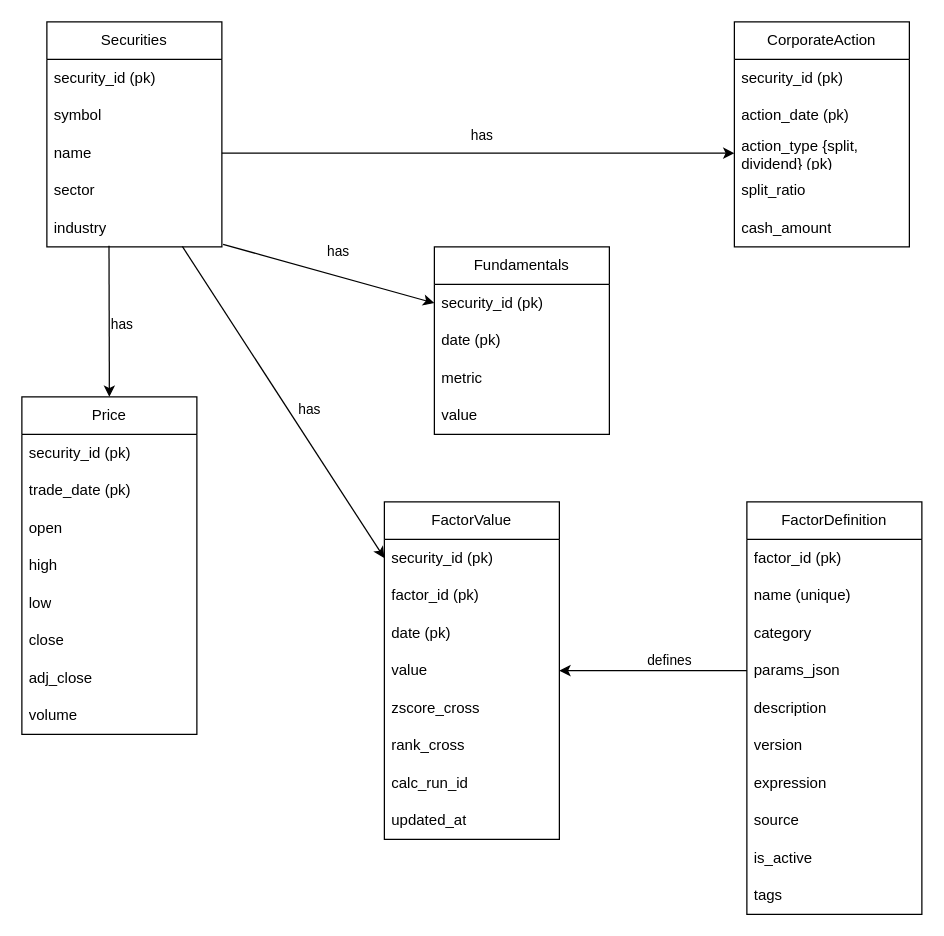
The draw.io diagram docs/ERD.drawio in cyang0227/ds5110, before the edit. Source tidied: cells renumbered, new cells numbered last; positions are measured from the earlier drawing's top-left corner, leaving out a move shared by most shapes. Both pictures are drawn from the tidied source at 125%, with x=0, y=0 at pixel (21, 21).
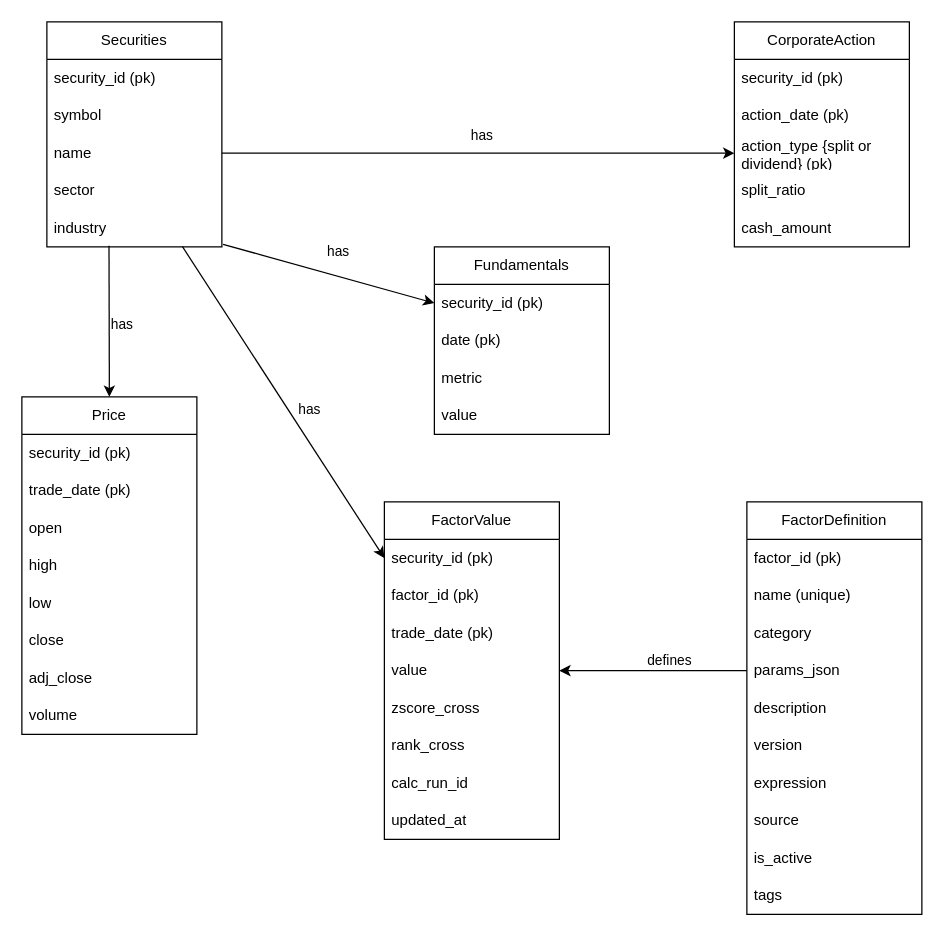
Above is the later version.

Commit message (it also covers changes not shown here):
minor change to schema, data partitioning, ERD

Unchanged cells that the change refers to:
```xml
<mxCell id="17" value="CorporateAction" style="swimlane;fontStyle=0;horizontal=1;startSize=30;whiteSpace=wrap;html=1;" parent="1" vertex="1">
  <mxGeometry x="570" width="140" height="180" as="geometry" />
</mxCell>
<mxCell id="45" value="FactorValue" style="swimlane;fontStyle=0;horizontal=1;startSize=30;whiteSpace=wrap;html=1;" parent="1" vertex="1">
  <mxGeometry x="290" y="384" width="140" height="270" as="geometry" />
</mxCell>
```

The edit, as a diff of the source:
```diff
@@
-    <mxCell id="20" value="action_type {split, dividend} (pk)" style="text;strokeColor=none;fillColor=none;align=left;verticalAlign=middle;spacingLeft=4;spacingRight=4;overflow=hidden;points=[[0,0.5],[1,0.5]];portConstraint=eastwest;whiteSpace=wrap;html=1;" parent="17" vertex="1">
+    <mxCell id="20" value="action_type {split or dividend} (pk)" style="text;strokeColor=none;fillColor=none;align=left;verticalAlign=middle;spacingLeft=4;spacingRight=4;overflow=hidden;points=[[0,0.5],[1,0.5]];portConstraint=eastwest;whiteSpace=wrap;html=1;" parent="17" vertex="1">
       <mxGeometry y="90" width="140" height="30" as="geometry" />
     </mxCell>
@@
-    <mxCell id="48" value="date (pk)" style="text;strokeColor=none;fillColor=none;align=left;verticalAlign=middle;spacingLeft=4;spacingRight=4;overflow=hidden;whiteSpace=wrap;html=1;" parent="45" vertex="1">
+    <mxCell id="48" value="trade_date (pk)" style="text;strokeColor=none;fillColor=none;align=left;verticalAlign=middle;spacingLeft=4;spacingRight=4;overflow=hidden;whiteSpace=wrap;html=1;" parent="45" vertex="1">
       <mxGeometry y="90" width="140" height="30" as="geometry" />
     </mxCell>
```
